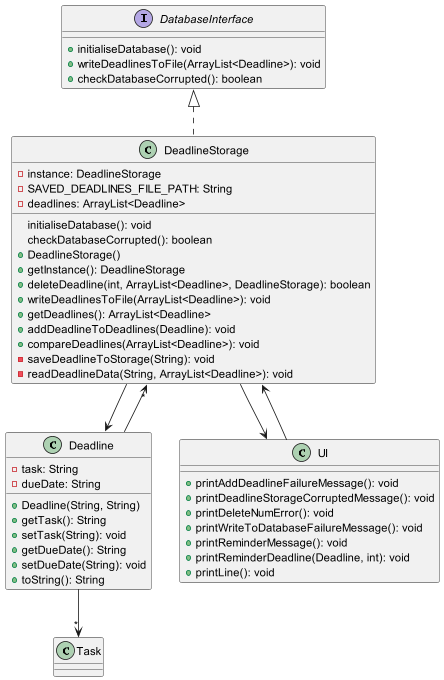
Above: docs/diagrams/Deadline/DeadlineClassDiagram.png in nus-cs2113-AY2223S2/tp (PlantUML), before the change.
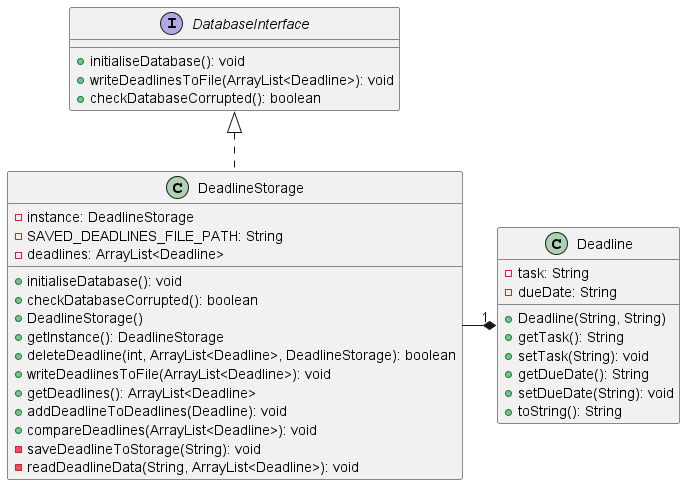
After the change.

Commit message:
Update DG deadline class diagram

Diff of the diagram source:
```diff
@@ -10,8 +10,8 @@
   - instance: DeadlineStorage
   - SAVED_DEADLINES_FILE_PATH: String
   - deadlines: ArrayList<Deadline>
-    initialiseDatabase(): void
-    checkDatabaseCorrupted(): boolean
+  + initialiseDatabase(): void
+  + checkDatabaseCorrupted(): boolean
   + DeadlineStorage()
   + getInstance(): DeadlineStorage
   + deleteDeadline(int, ArrayList<Deadline>, DeadlineStorage): boolean
@@ -34,20 +34,6 @@
   + toString(): String
 }
 
-class UI {
-  + printAddDeadlineFailureMessage(): void
-  + printDeadlineStorageCorruptedMessage(): void
-  + printDeleteNumError(): void
-  + printWriteToDatabaseFailureMessage(): void
-  + printReminderMessage(): void
-  + printReminderDeadline(Deadline, int): void
-  + printLine(): void
-}
-
-DeadlineStorage --> Deadline
-DeadlineStorage --> UI
-Deadline --> "*" DeadlineStorage
-Deadline --> "*" Task
-UI --> DeadlineStorage
+DeadlineStorage -* "1" Deadline
 
 @enduml
```
